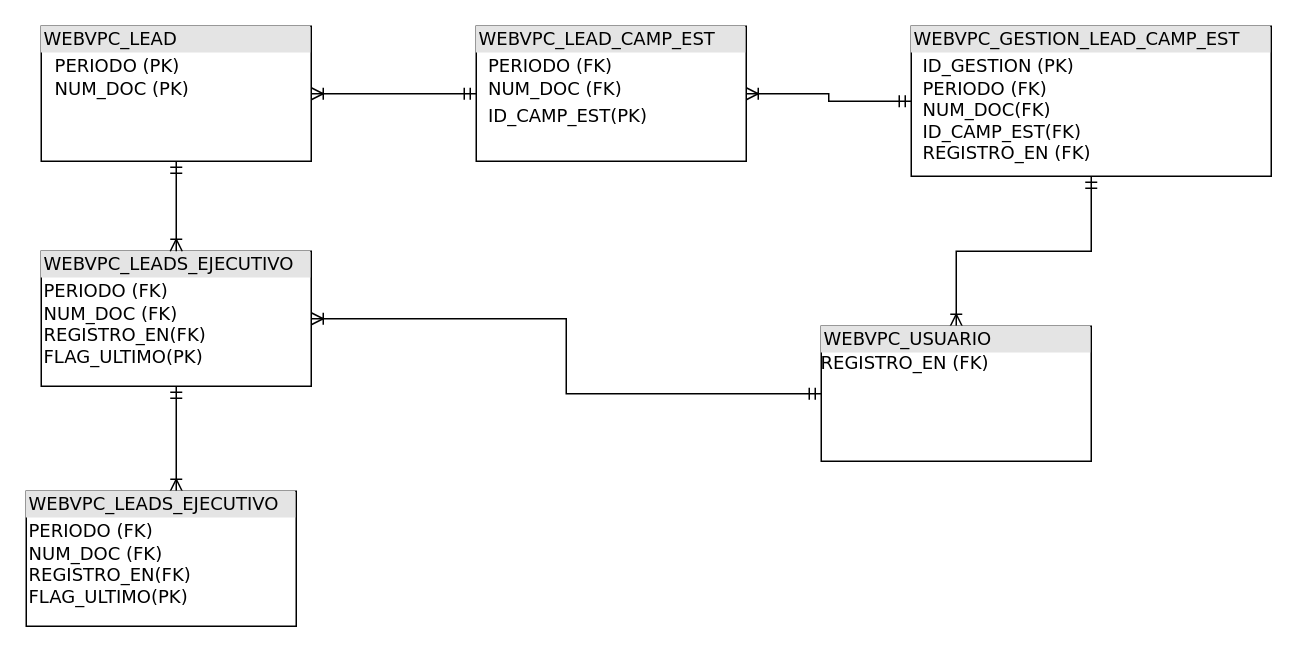
The draw.io diagram VPConnect.drawio in diego30k/vpconnect, before the edit. Source tidied: cells renumbered, new cells numbered last; positions are measured from the earlier drawing's top-left corner, leaving out a move shared by most shapes. Both pictures are drawn from the tidied source at 150%, with x=0, y=0 at pixel (26, 26).
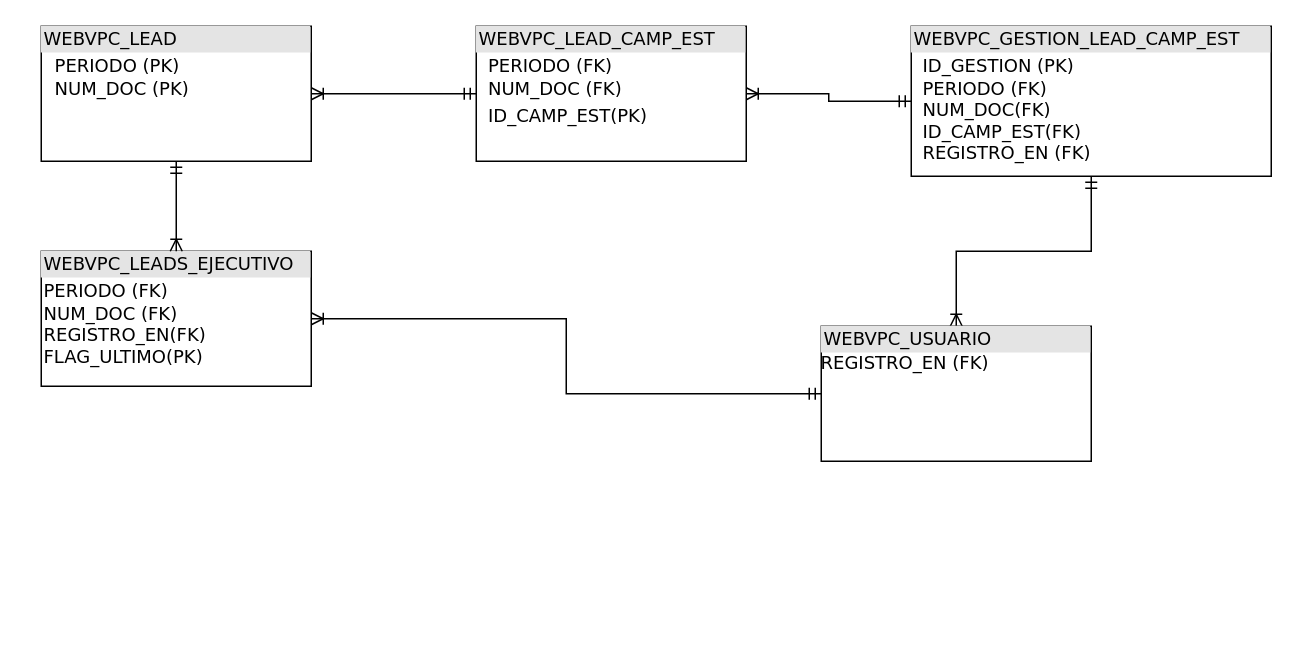
After the change.

Change to the diagram source:
```diff
@@
 <mxGraphModel background="#ffffff">
   <root>
     <mxCell id="0" />
     <mxCell id="1" parent="0" />
     <mxCell id="2" style="edgeStyle=orthogonalEdgeStyle;rounded=0;jettySize=auto;html=1;entryX=0;entryY=0.5;entryDx=0;entryDy=0;endArrow=ERmandOne;endFill=0;startArrow=ERoneToMany;startFill=0;" parent="1" edge="1" source="3" target="9">
       <mxGeometry relative="1" as="geometry" />
     </mxCell>
     <mxCell id="3" value="&lt;div style=&quot;box-sizing: border-box ; width: 100% ; background: #e4e4e4 ; padding: 2px&quot;&gt;WEBVPC_LEAD&lt;/div&gt;&lt;table cellpadding=&quot;2&quot; cellspacing=&quot;0&quot; style=&quot;font-size: 1em ; width: 180px&quot;&gt;&lt;tbody&gt;&lt;tr&gt;&lt;td&gt;&lt;/td&gt;&lt;td&gt;PERIODO (PK)&lt;br&gt;NUM_DOC (PK)&lt;/td&gt;&lt;/tr&gt;&lt;tr&gt;&lt;td&gt;&lt;/td&gt;&lt;td&gt;&lt;br&gt;&lt;/td&gt;&lt;/tr&gt;&lt;/tbody&gt;&lt;/table&gt;" style="verticalAlign=top;align=left;overflow=fill;html=1;rounded=0;shadow=0;comic=0;labelBackgroundColor=none;strokeWidth=1;fontFamily=Verdana;fontSize=12;" parent="1" vertex="1">
       <mxGeometry x="10" width="180" height="90" as="geometry" />
     </mxCell>
-    <mxCell id="4" style="edgeStyle=orthogonalEdgeStyle;html=1;entryX=0.5;entryY=0;labelBackgroundColor=none;startArrow=ERmandOne;endArrow=ERoneToMany;fontFamily=Verdana;fontSize=12;align=left;" parent="1" edge="1" source="6">
-      <mxGeometry relative="1" as="geometry">
-        <mxPoint x="100" y="310" as="targetPoint" />
-      </mxGeometry>
-    </mxCell>
     <mxCell id="5" style="edgeStyle=orthogonalEdgeStyle;rounded=0;jettySize=auto;html=1;entryX=0;entryY=0.5;entryDx=0;entryDy=0;startArrow=ERoneToMany;startFill=0;endArrow=ERmandOne;endFill=0;" parent="1" edge="1" source="6" target="12">
       <mxGeometry relative="1" as="geometry" />
     </mxCell>
     <mxCell id="6" value="&lt;div style=&quot;box-sizing: border-box ; width: 100% ; background: #e4e4e4 ; padding: 2px&quot;&gt;WEBVPC_LEADS_EJECUTIVO&lt;/div&gt;&lt;table style=&quot;width: 100% ; font-size: 1em&quot; cellpadding=&quot;2&quot; cellspacing=&quot;0&quot;&gt;&lt;tbody&gt;&lt;tr&gt;&lt;td&gt;PERIODO (FK)&lt;br&gt;NUM_DOC (FK)&lt;br&gt;REGISTRO_EN(FK)&lt;br&gt;FLAG_ULTIMO(PK)&lt;/td&gt;&lt;td&gt;&lt;/td&gt;&lt;/tr&gt;&lt;/tbody&gt;&lt;/table&gt;" style="verticalAlign=top;align=left;overflow=fill;html=1;rounded=0;shadow=0;comic=0;labelBackgroundColor=none;strokeWidth=1;fontFamily=Verdana;fontSize=12;" parent="1" vertex="1">
       <mxGeometry x="10" y="150" width="180" height="90" as="geometry" />
     </mxCell>
     <mxCell id="7" style="edgeStyle=orthogonalEdgeStyle;html=1;endArrow=ERoneToMany;startArrow=ERmandOne;labelBackgroundColor=none;fontFamily=Verdana;fontSize=12;align=left;exitX=0.5;exitY=1;entryX=0.5;entryY=0;" parent="1" edge="1" source="3" target="6">
       <mxGeometry relative="1" as="geometry" />
     </mxCell>
     <mxCell id="8" style="edgeStyle=orthogonalEdgeStyle;rounded=0;jettySize=auto;html=1;startArrow=ERoneToMany;startFill=0;endArrow=ERmandOne;endFill=0;" parent="1" edge="1" source="9" target="10">
       <mxGeometry relative="1" as="geometry" />
     </mxCell>
     <mxCell id="9" value="&lt;div style=&quot;box-sizing: border-box ; width: 100% ; background: #e4e4e4 ; padding: 2px&quot;&gt;WEBVPC_LEAD_CAMP_EST&lt;/div&gt;&lt;table cellpadding=&quot;2&quot; cellspacing=&quot;0&quot; style=&quot;font-size: 1em ; width: 180px&quot;&gt;&lt;tbody&gt;&lt;tr&gt;&lt;td&gt;&lt;/td&gt;&lt;td&gt;PERIODO (FK)&lt;br&gt;NUM_DOC (FK)&lt;/td&gt;&lt;/tr&gt;&lt;tr&gt;&lt;td&gt;&lt;/td&gt;&lt;td&gt;ID_CAMP_EST(PK)&lt;/td&gt;&lt;/tr&gt;&lt;/tbody&gt;&lt;/table&gt;" style="verticalAlign=top;align=left;overflow=fill;html=1;rounded=0;shadow=0;comic=0;labelBackgroundColor=none;strokeWidth=1;fontFamily=Verdana;fontSize=12;" parent="1" vertex="1">
       <mxGeometry x="300" width="180" height="90" as="geometry" />
     </mxCell>
     <mxCell id="10" value="&lt;div style=&quot;box-sizing: border-box ; width: 100% ; background: #e4e4e4 ; padding: 2px&quot;&gt;WEBVPC_GESTION_LEAD_CAMP_EST&lt;/div&gt;&lt;table cellpadding=&quot;2&quot; cellspacing=&quot;0&quot; style=&quot;font-size: 1em ; width: 180px&quot;&gt;&lt;tbody&gt;&lt;tr&gt;&lt;td&gt;&lt;/td&gt;&lt;td&gt;ID_GESTION (PK)&lt;br&gt;PERIODO (FK)&lt;br&gt;NUM_DOC(FK)&lt;br&gt;ID_CAMP_EST(FK)&lt;br&gt;REGISTRO_EN (FK)&lt;/td&gt;&lt;/tr&gt;&lt;/tbody&gt;&lt;/table&gt;" style="verticalAlign=top;align=left;overflow=fill;html=1;rounded=0;shadow=0;comic=0;labelBackgroundColor=none;strokeWidth=1;fontFamily=Verdana;fontSize=12;" parent="1" vertex="1">
       <mxGeometry x="590" width="240" height="100" as="geometry" />
     </mxCell>
     <mxCell id="11" style="edgeStyle=orthogonalEdgeStyle;rounded=0;jettySize=auto;html=1;entryX=0.5;entryY=1;entryDx=0;entryDy=0;startArrow=ERoneToMany;startFill=0;endArrow=ERmandOne;endFill=0;" parent="1" edge="1" source="12" target="10">
       <mxGeometry relative="1" as="geometry" />
     </mxCell>
     <mxCell id="12" value="&lt;div style=&quot;box-sizing: border-box ; width: 100% ; background: #e4e4e4 ; padding: 2px&quot;&gt;WEBVPC_USUARIO&lt;/div&gt;REGISTRO_EN (FK)" style="verticalAlign=top;align=left;overflow=fill;html=1;rounded=0;shadow=0;comic=0;labelBackgroundColor=none;strokeWidth=1;fontFamily=Verdana;fontSize=12;" parent="1" vertex="1">
       <mxGeometry x="530" y="200" width="180" height="90" as="geometry" />
     </mxCell>
-    <mxCell id="13" value="&lt;div style=&quot;box-sizing: border-box ; width: 100% ; background: #e4e4e4 ; padding: 2px&quot;&gt;WEBVPC_LEADS_EJECUTIVO&lt;/div&gt;&lt;table style=&quot;width: 100% ; font-size: 1em&quot; cellpadding=&quot;2&quot; cellspacing=&quot;0&quot;&gt;&lt;tbody&gt;&lt;tr&gt;&lt;td&gt;PERIODO (FK)&lt;br&gt;NUM_DOC (FK)&lt;br&gt;REGISTRO_EN(FK)&lt;br&gt;FLAG_ULTIMO(PK)&lt;/td&gt;&lt;td&gt;&lt;/td&gt;&lt;/tr&gt;&lt;/tbody&gt;&lt;/table&gt;" style="verticalAlign=top;align=left;overflow=fill;html=1;rounded=0;shadow=0;comic=0;labelBackgroundColor=none;strokeWidth=1;fontFamily=Verdana;fontSize=12;" parent="1" vertex="1">
-      <mxGeometry y="310" width="180" height="90" as="geometry" />
-    </mxCell>
   </root>
 </mxGraphModel>
```
